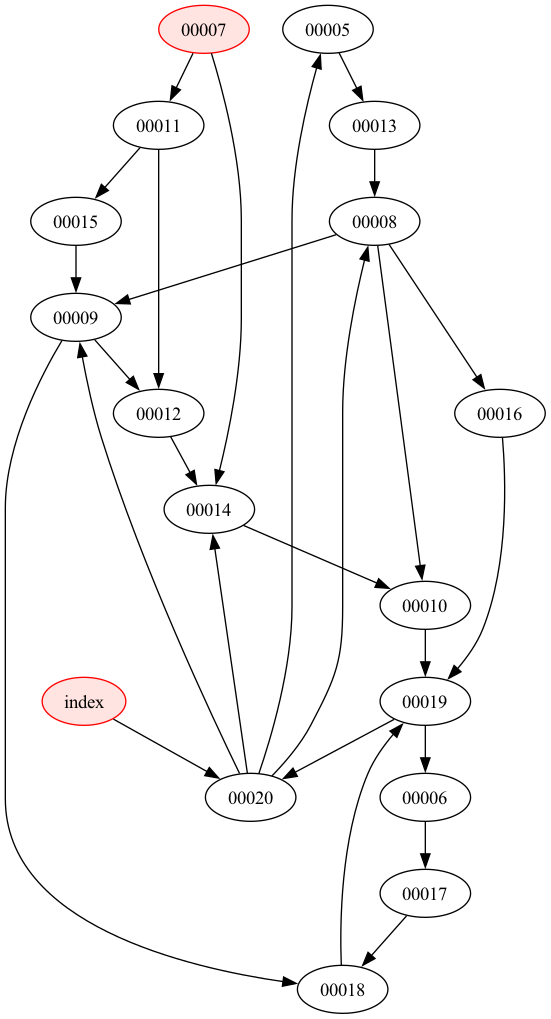
kvnchpl/jungle keeps this Graphviz diagram as zine_graph.png. Above is the earlier version. Its source is kept beside it as zine_graph.dot. The source it was exported from:
```dot
digraph Zine {
    "00005" [];
    "00006" [];
    "00007" [color="red", style="filled", fillcolor="mistyrose"];
    "00008" [];
    "00009" [];
    "00010" [];
    "00011" [];
    "00012" [];
    "00013" [];
    "00014" [];
    "00015" [];
    "00016" [];
    "00017" [];
    "00018" [];
    "00019" [];
    "00020" [];
    "index" [color="red", style="filled", fillcolor="mistyrose"];
    "00020" -> "00009";
    "00020" -> "00005";
    "00020" -> "00008";
    "00020" -> "00014";
    "00016" -> "00019";
    "00017" -> "00018";
    "00010" -> "00019";
    "00006" -> "00017";
    "00007" -> "00011";
    "00007" -> "00014";
    "00011" -> "00012";
    "00011" -> "00015";
    "00012" -> "00014";
    "00008" -> "00016";
    "00008" -> "00009";
    "00008" -> "00010";
    "00009" -> "00012";
    "00009" -> "00018";
    "00013" -> "00008";
    "00005" -> "00013";
    "00018" -> "00019";
    "00014" -> "00010";
    "00015" -> "00009";
    "00019" -> "00020";
    "00019" -> "00006";
    "index" -> "00020";
}
```
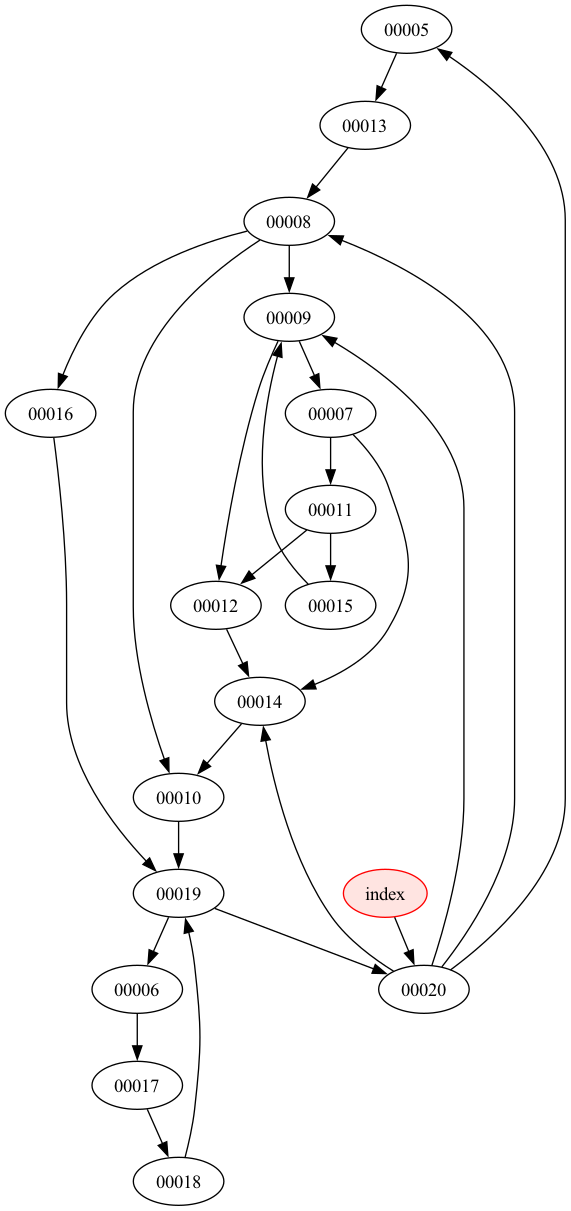
The same diagram one commit later.

Diff of the diagram source:
```diff
@@ -1,7 +1,7 @@
 digraph Zine {
     "00005" [];
     "00006" [];
-    "00007" [color="red", style="filled", fillcolor="mistyrose"];
+    "00007" [];
     "00008" [];
     "00009" [];
     "00010" [];
@@ -33,7 +33,7 @@
     "00008" -> "00009";
     "00008" -> "00010";
     "00009" -> "00012";
-    "00009" -> "00018";
+    "00009" -> "00007";
     "00013" -> "00008";
     "00005" -> "00013";
     "00018" -> "00019";
```
